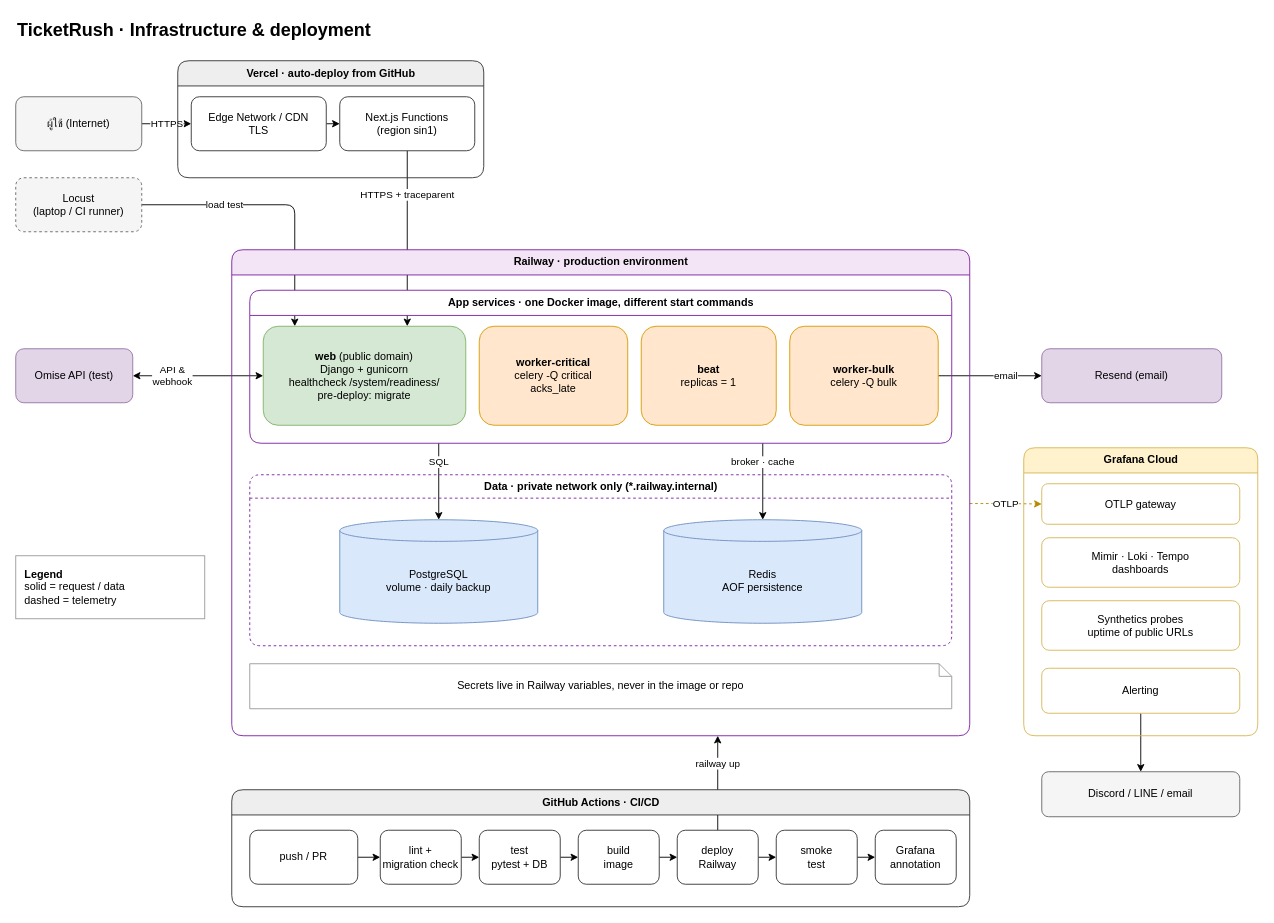
Above: docs/diagrams/infrastructure.drawio in NaphatJM/ticketrush (draw.io), before the change. Source tidied: cells renumbered, new cells numbered last; positions are measured from the earlier drawing's top-left corner, leaving out a move shared by most shapes. Both pictures are drawn from the tidied source at 90%, with x=0, y=0 at pixel (15, 15).
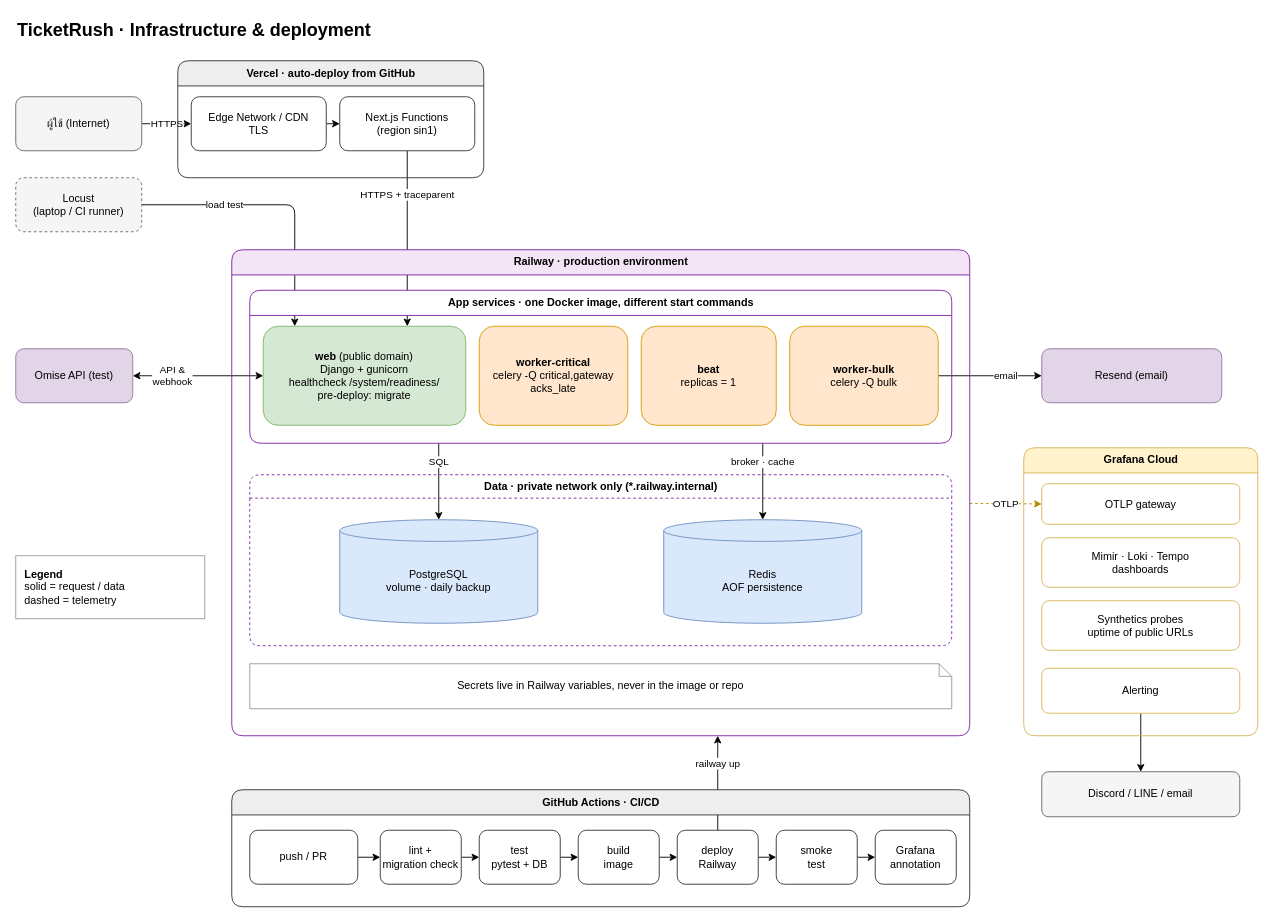
The same page after the edit.

Unchanged cells that the change refers to:
```xml
<mxCell id="29" value="App services · one Docker image, different start commands" style="swimlane;startSize=28;html=1;rounded=1;fillColor=#ffffff;strokeColor=#7b1fa2;" parent="28" vertex="1">
  <mxGeometry x="20" y="45" width="780" height="170" as="geometry" />
</mxCell>
```

Change to the diagram source:
```diff
@@
-    <mxCell id="31" value="&lt;b&gt;worker-critical&lt;/b&gt;&lt;br&gt;celery -Q critical&lt;br&gt;acks_late" style="rounded=1;whiteSpace=wrap;html=1;fillColor=#ffe6cc;strokeColor=#d79b00;" parent="29" vertex="1">
+    <mxCell id="31" value="&lt;b&gt;worker-critical&lt;/b&gt;&lt;br&gt;celery -Q critical,gateway&lt;br&gt;acks_late" style="rounded=1;whiteSpace=wrap;html=1;fillColor=#ffe6cc;strokeColor=#d79b00;" parent="29" vertex="1">
       <mxGeometry x="255" y="40" width="165" height="110" as="geometry" />
     </mxCell>
```
